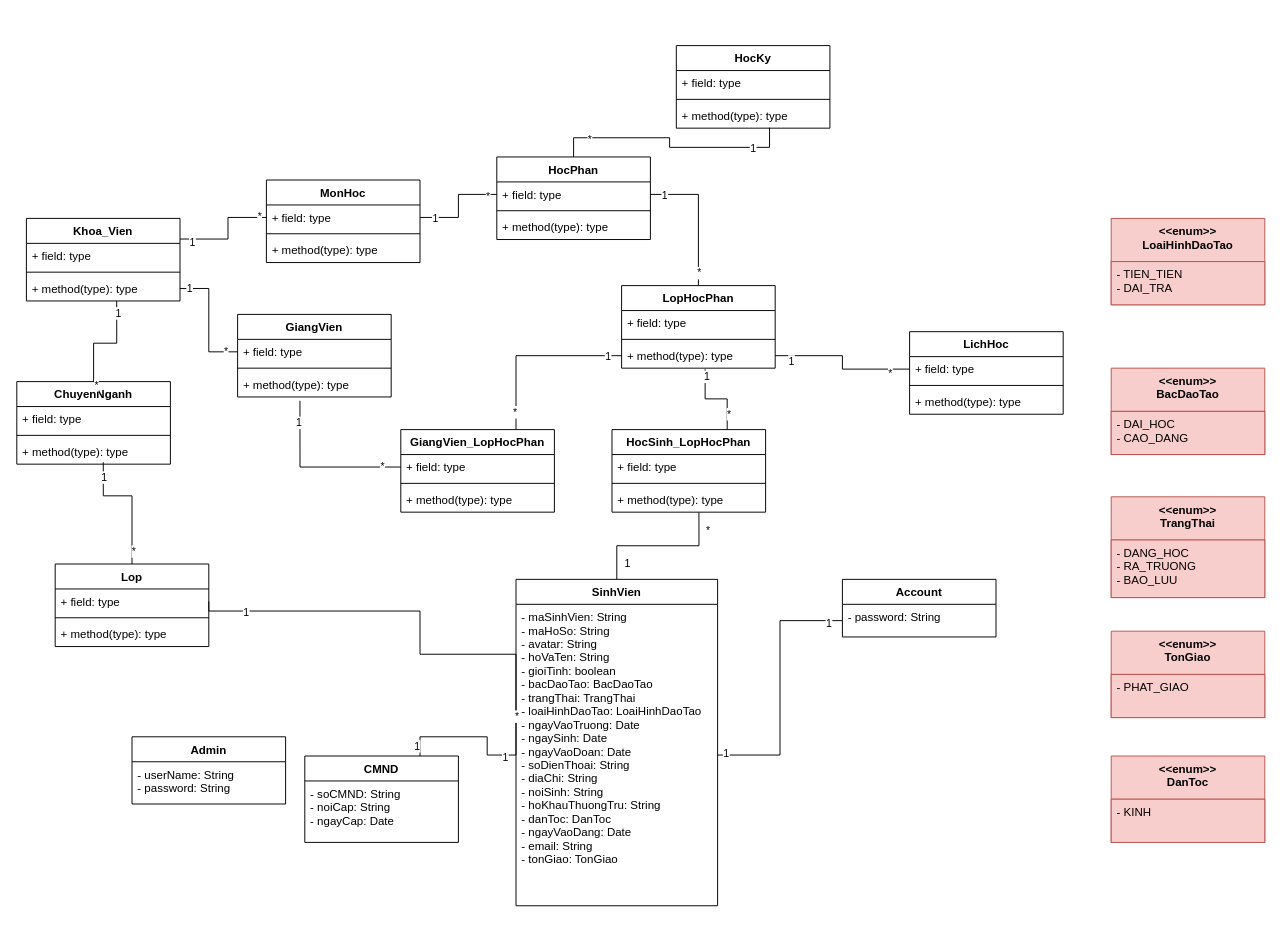
Before: CMN_Class.drawio in duchoan6814/Truong-Duc-Hoan, a draw.io diagram. Source tidied: cells renumbered, new cells numbered last; positions are measured from the earlier drawing's top-left corner, leaving out a move shared by most shapes. Both pictures are drawn from the tidied source at 96%, with x=0, y=0 at pixel (16, 45).
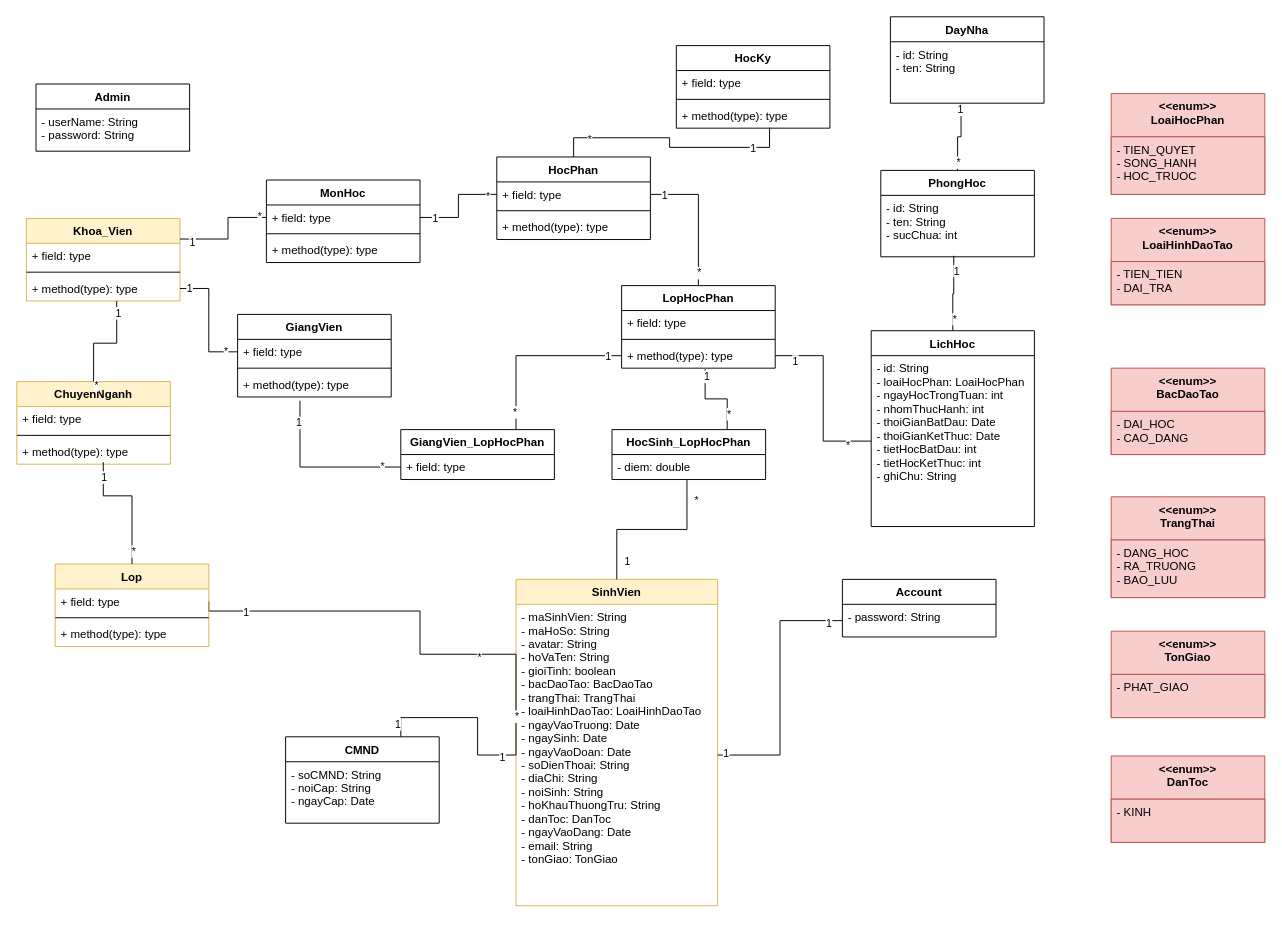
After the change.

Unchanged cells that the change refers to:
```xml
<mxCell id="12" style="edgeStyle=orthogonalEdgeStyle;rounded=0;jettySize=auto;html=1;exitX=0;exitY=0.5;exitDx=0;exitDy=0;entryX=1;entryY=0.5;entryDx=0;entryDy=0;endArrow=none;endFill=0;" parent="1" edge="1" source="3" target="26">
  <mxGeometry relative="1" as="geometry">
    <Array as="points">
      <mxPoint x="420" y="634" />
      <mxPoint x="420" y="589" />
      <mxPoint x="200" y="589" />
    </Array>
  </mxGeometry>
</mxCell>
```

Diff of the diagram source:
```diff
@@
-    <mxCell id="2" value="SinhVien" style="swimlane;fontStyle=1;align=center;verticalAlign=top;horizontal=1;startSize=26;" parent="1" vertex="1">
+    <mxCell id="2" value="SinhVien" style="swimlane;fontStyle=1;align=center;verticalAlign=top;horizontal=1;startSize=26;fillColor=#fff2cc;strokeColor=#d6b656;" parent="1" vertex="1">
       <mxGeometry x="520" y="556" width="210" height="340" as="geometry" />
     </mxCell>
@@
-    <mxCell id="4" value="Khoa_Vien" style="swimlane;fontStyle=1;align=center;verticalAlign=top;horizontal=1;startSize=26;" parent="1" vertex="1">
+    <mxCell id="4" value="Khoa_Vien" style="swimlane;fontStyle=1;align=center;verticalAlign=top;horizontal=1;startSize=26;fillColor=#fff2cc;strokeColor=#d6b656;" parent="1" vertex="1">
       <mxGeometry x="10" y="180" width="160" height="86" as="geometry" />
     </mxCell>
@@
-    <mxCell id="8" value="ChuyenNganh" style="swimlane;fontStyle=1;align=center;verticalAlign=top;horizontal=1;startSize=26;" parent="1" vertex="1">
+    <mxCell id="8" value="ChuyenNganh" style="swimlane;fontStyle=1;align=center;verticalAlign=top;horizontal=1;startSize=26;fillColor=#fff2cc;strokeColor=#d6b656;" parent="1" vertex="1">
       <mxGeometry y="350" width="160" height="86" as="geometry" />
     </mxCell>
@@
+    <mxCell id="109" value="*" style="edgeLabel;html=1;align=center;verticalAlign=middle;" parent="12" vertex="1">
+      <mxGeometry x="-0.4" y="3" relative="1" as="geometry" />
+    </mxCell>
@@
-    <mxCell id="25" value="Lop" style="swimlane;fontStyle=1;align=center;verticalAlign=top;horizontal=1;startSize=26;" parent="1" vertex="1">
+    <mxCell id="25" value="Lop" style="swimlane;fontStyle=1;align=center;verticalAlign=top;horizontal=1;startSize=26;fillColor=#fff2cc;strokeColor=#d6b656;" parent="1" vertex="1">
       <mxGeometry x="40" y="540" width="160" height="86" as="geometry" />
     </mxCell>
@@
     <mxCell id="32" value="HocSinh_LopHocPhan" style="swimlane;fontStyle=1;align=center;verticalAlign=top;horizontal=1;startSize=26;" parent="1" vertex="1">
-      <mxGeometry x="620" y="400" width="160" height="86" as="geometry" />
+      <mxGeometry x="620" y="400" width="160" height="52" as="geometry" />
     </mxCell>
-    <mxCell id="33" value="+ field: type" style="text;strokeColor=none;fillColor=none;align=left;verticalAlign=top;spacingLeft=4;spacingRight=4;overflow=hidden;points=[[0,0.5],[1,0.5]];portConstraint=eastwest;" parent="32" vertex="1">
+    <mxCell id="33" value="- diem: double" style="text;strokeColor=none;fillColor=none;align=left;verticalAlign=top;spacingLeft=4;spacingRight=4;overflow=hidden;points=[[0,0.5],[1,0.5]];portConstraint=eastwest;" parent="32" vertex="1">
       <mxGeometry y="26" width="160" height="26" as="geometry" />
     </mxCell>
-    <mxCell id="34" style="line;strokeWidth=1;fillColor=none;align=left;verticalAlign=middle;spacingTop=-1;spacingLeft=3;spacingRight=3;labelPosition=right;" parent="32" vertex="1">
-      <mxGeometry y="52" width="160" height="8" as="geometry" />
-    </mxCell>
-    <mxCell id="35" value="+ method(type): type" style="text;strokeColor=none;fillColor=none;align=left;verticalAlign=top;spacingLeft=4;spacingRight=4;overflow=hidden;points=[[0,0.5],[1,0.5]];portConstraint=eastwest;" parent="32" vertex="1">
-      <mxGeometry y="60" width="160" height="26" as="geometry" />
-    </mxCell>
-    <mxCell id="36" style="edgeStyle=orthogonalEdgeStyle;rounded=0;jettySize=auto;html=1;exitX=0.5;exitY=0;exitDx=0;exitDy=0;entryX=0.566;entryY=1.013;entryDx=0;entryDy=0;endArrow=none;endFill=0;entryPerimeter=0;" parent="1" edge="1" source="2" target="35">
+    <mxCell id="36" style="edgeStyle=orthogonalEdgeStyle;rounded=0;jettySize=auto;html=1;exitX=0.5;exitY=0;exitDx=0;exitDy=0;entryX=0.488;entryY=1;entryDx=0;entryDy=0;endArrow=none;endFill=0;entryPerimeter=0;" parent="1" edge="1" source="2" target="33">
       <mxGeometry relative="1" as="geometry" />
     </mxCell>
@@
+    <mxCell id="110" style="edgeStyle=orthogonalEdgeStyle;rounded=0;jettySize=auto;html=1;exitX=0.5;exitY=0;exitDx=0;exitDy=0;entryX=0.475;entryY=0.984;entryDx=0;entryDy=0;entryPerimeter=0;endArrow=none;endFill=0;" parent="1" edge="1" source="65" target="119">
+      <mxGeometry relative="1" as="geometry" />
+    </mxCell>
+    <mxCell id="111" value="1" style="edgeLabel;html=1;align=center;verticalAlign=middle;" parent="110" vertex="1">
+      <mxGeometry x="0.63" y="-2" relative="1" as="geometry" />
+    </mxCell>
+    <mxCell id="112" value="*" style="edgeLabel;html=1;align=center;verticalAlign=middle;" parent="110" vertex="1">
+      <mxGeometry x="-0.68" y="-1" relative="1" as="geometry" />
+    </mxCell>
     <mxCell id="65" value="LichHoc" style="swimlane;fontStyle=1;align=center;verticalAlign=top;horizontal=1;startSize=26;" parent="1" vertex="1">
-      <mxGeometry x="930" y="298" width="160" height="86" as="geometry" />
+      <mxGeometry x="890" y="297" width="170" height="204" as="geometry" />
     </mxCell>
-    <mxCell id="66" value="+ field: type" style="text;strokeColor=none;fillColor=none;align=left;verticalAlign=top;spacingLeft=4;spacingRight=4;overflow=hidden;points=[[0,0.5],[1,0.5]];portConstraint=eastwest;" parent="65" vertex="1">
-      <mxGeometry y="26" width="160" height="26" as="geometry" />
+    <mxCell id="66" value="- id: String&#10;- loaiHocPhan: LoaiHocPhan&#10;- ngayHocTrongTuan: int&#10;- nhomThucHanh: int&#10;- thoiGianBatDau: Date&#10;- thoiGianKetThuc: Date&#10;- tietHocBatDau: int&#10;- tietHocKetThuc: int&#10;- ghiChu: String" style="text;strokeColor=none;fillColor=none;align=left;verticalAlign=top;spacingLeft=4;spacingRight=4;overflow=hidden;points=[[0,0.5],[1,0.5]];portConstraint=eastwest;" parent="65" vertex="1">
+      <mxGeometry y="26" width="170" height="178" as="geometry" />
     </mxCell>
-    <mxCell id="67" style="line;strokeWidth=1;fillColor=none;align=left;verticalAlign=middle;spacingTop=-1;spacingLeft=3;spacingRight=3;labelPosition=right;" parent="65" vertex="1">
-      <mxGeometry y="52" width="160" height="8" as="geometry" />
-    </mxCell>
-    <mxCell id="68" value="+ method(type): type" style="text;strokeColor=none;fillColor=none;align=left;verticalAlign=top;spacingLeft=4;spacingRight=4;overflow=hidden;" parent="65" vertex="1">
-      <mxGeometry y="60" width="160" height="26" as="geometry" />
-    </mxCell>
@@
     <mxCell id="75" value="GiangVien_LopHocPhan" style="swimlane;fontStyle=1;align=center;verticalAlign=top;horizontal=1;startSize=26;" parent="1" vertex="1">
-      <mxGeometry x="400" y="400" width="160" height="86" as="geometry" />
+      <mxGeometry x="400" y="400" width="160" height="52" as="geometry" />
     </mxCell>
@@
-    <mxCell id="77" style="line;strokeWidth=1;fillColor=none;align=left;verticalAlign=middle;spacingTop=-1;spacingLeft=3;spacingRight=3;labelPosition=right;" parent="75" vertex="1">
-      <mxGeometry y="52" width="160" height="8" as="geometry" />
-    </mxCell>
-    <mxCell id="78" value="+ method(type): type" style="text;strokeColor=none;fillColor=none;align=left;verticalAlign=top;spacingLeft=4;spacingRight=4;overflow=hidden;" parent="75" vertex="1">
-      <mxGeometry y="60" width="160" height="26" as="geometry" />
-    </mxCell>
@@
     <mxCell id="82" value="Admin" style="swimlane;fontStyle=1;align=center;verticalAlign=top;horizontal=1;startSize=26;" parent="1" vertex="1">
-      <mxGeometry x="120" y="720" width="160" height="70" as="geometry" />
+      <mxGeometry x="20" y="40" width="160" height="70" as="geometry" />
     </mxCell>
@@
     <mxCell id="93" value="CMND" style="swimlane;fontStyle=1;align=center;verticalAlign=top;horizontal=1;startSize=26;" parent="1" vertex="1">
-      <mxGeometry x="300" y="740" width="160" height="90" as="geometry" />
+      <mxGeometry x="280" y="720" width="160" height="90" as="geometry" />
     </mxCell>
@@
+    <mxCell id="113" value="&lt;&lt;enum&gt;&gt;&#10;LoaiHocPhan" style="swimlane;fontStyle=1;align=center;verticalAlign=top;horizontal=1;startSize=45;fillColor=#f8cecc;strokeColor=#b85450;" parent="1" vertex="1">
+      <mxGeometry x="1140" y="50" width="160" height="105" as="geometry" />
+    </mxCell>
+    <mxCell id="114" value="- TIEN_QUYET&#10;- SONG_HANH&#10;- HOC_TRUOC" style="text;strokeColor=#b85450;fillColor=#f8cecc;align=left;verticalAlign=top;spacingLeft=4;spacingRight=4;overflow=hidden;" parent="113" vertex="1">
+      <mxGeometry y="45" width="160" height="60" as="geometry" />
+    </mxCell>
+    <mxCell id="115" style="edgeStyle=orthogonalEdgeStyle;rounded=0;jettySize=auto;html=1;exitX=0.5;exitY=0;exitDx=0;exitDy=0;entryX=0.46;entryY=1.011;entryDx=0;entryDy=0;entryPerimeter=0;endArrow=none;endFill=0;" parent="1" edge="1" source="118" target="121">
+      <mxGeometry relative="1" as="geometry" />
+    </mxCell>
+    <mxCell id="116" value="1" style="edgeLabel;html=1;align=center;verticalAlign=middle;" parent="115" vertex="1">
+      <mxGeometry x="0.84" y="1" relative="1" as="geometry" />
+    </mxCell>
+    <mxCell id="117" value="*" style="edgeLabel;html=1;align=center;verticalAlign=middle;" parent="115" vertex="1">
+      <mxGeometry x="-0.76" relative="1" as="geometry" />
+    </mxCell>
+    <mxCell id="118" value="PhongHoc" style="swimlane;fontStyle=1;align=center;verticalAlign=top;horizontal=1;startSize=26;" parent="1" vertex="1">
+      <mxGeometry x="900" y="130" width="160" height="90" as="geometry" />
+    </mxCell>
+    <mxCell id="119" value="- id: String&#10;- ten: String&#10;- sucChua: int" style="text;strokeColor=none;fillColor=none;align=left;verticalAlign=top;spacingLeft=4;spacingRight=4;overflow=hidden;points=[[0,0.5],[1,0.5]];portConstraint=eastwest;" parent="118" vertex="1">
+      <mxGeometry y="26" width="160" height="64" as="geometry" />
+    </mxCell>
+    <mxCell id="120" value="DayNha" style="swimlane;fontStyle=1;align=center;verticalAlign=top;horizontal=1;startSize=26;" parent="1" vertex="1">
+      <mxGeometry x="910" y="-30" width="160" height="90" as="geometry" />
+    </mxCell>
+    <mxCell id="121" value="- id: String&#10;- ten: String" style="text;strokeColor=none;fillColor=none;align=left;verticalAlign=top;spacingLeft=4;spacingRight=4;overflow=hidden;points=[[0,0.5],[1,0.5]];portConstraint=eastwest;" parent="120" vertex="1">
+      <mxGeometry y="26" width="160" height="64" as="geometry" />
+    </mxCell>
```
